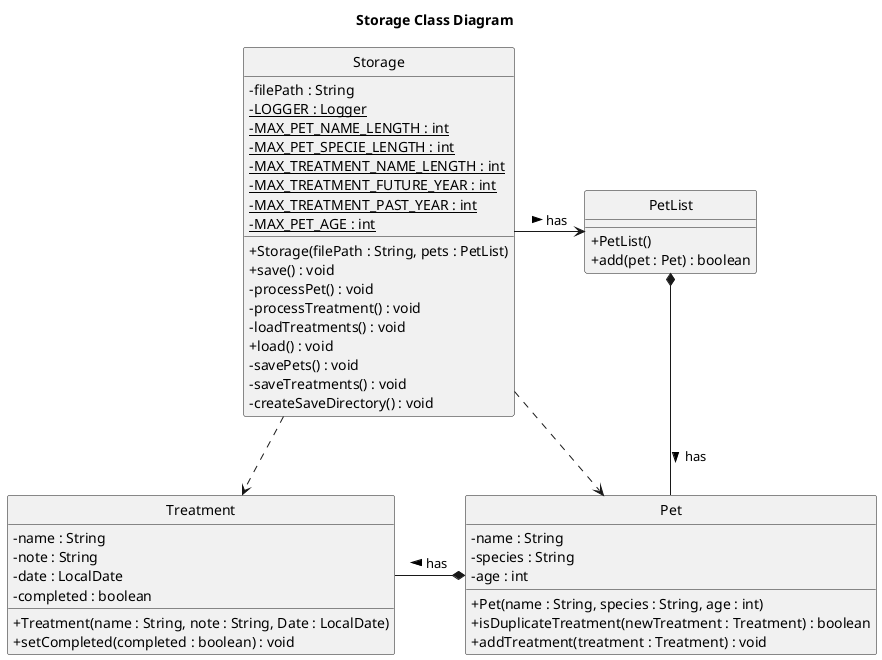
Earlier version of the PlantUML export docs/diagrams/StorageClass_Class_Diagram.png (Kevin88866/tp).
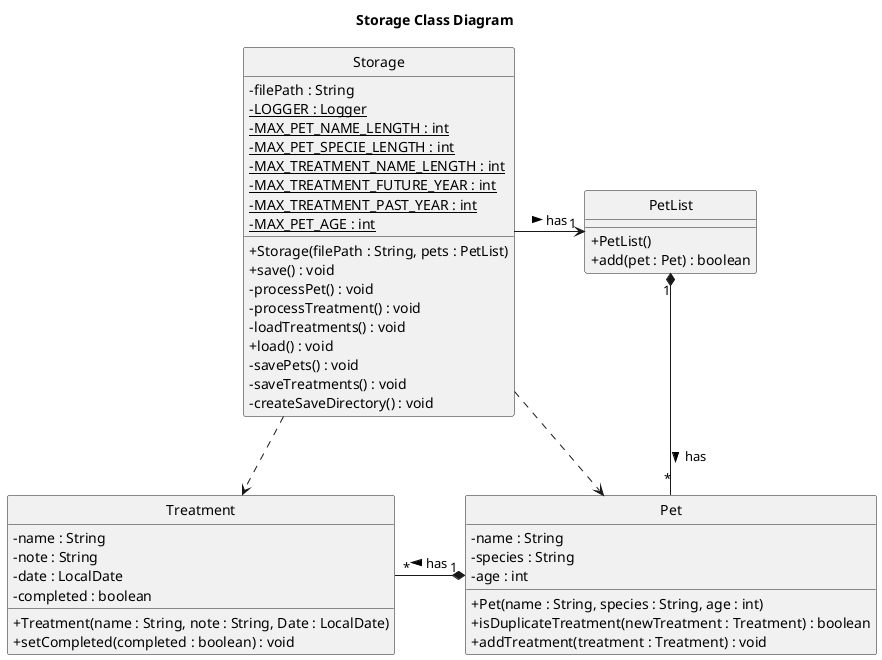
The same diagram one commit later.

Commit message:
Update Class diagrams

What changed in the source:
```diff
@@ -49,9 +49,9 @@
     + setCompleted(completed : boolean) : void
 }
 
-Storage -> PetList : has >
-PetList *-- Pet : has >
-Pet *-left- Treatment : has >
+Storage -> "1" PetList : has >
+PetList "1" *-- "*" Pet : has >
+Pet "1" *-left- "*" Treatment : has >
 Storage ..> Pet
 Storage ..> Treatment
 @enduml
```
